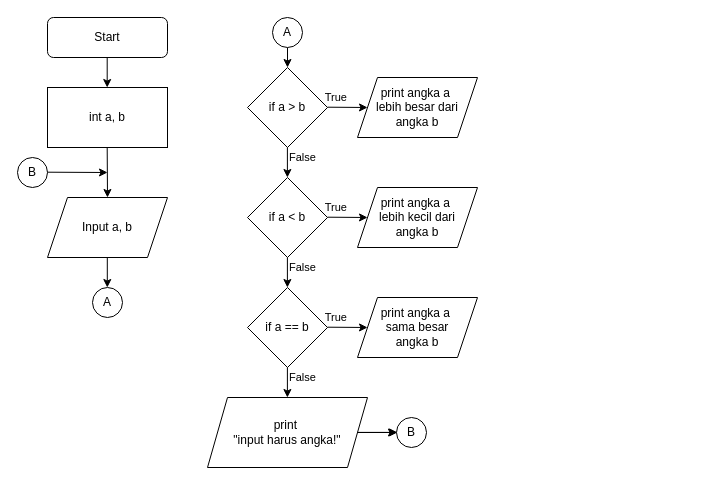
Above: Pemrograman/Flowchart/Banding 2 Bilangan.drawio in ArisHengkerPro/PENS (draw.io), before the change. Source tidied: cells renumbered, new cells numbered last; positions are measured from the earlier drawing's top-left corner, leaving out a move shared by most shapes. Both pictures are drawn from the tidied source at 100%, with x=0, y=0 at pixel (17, 17).
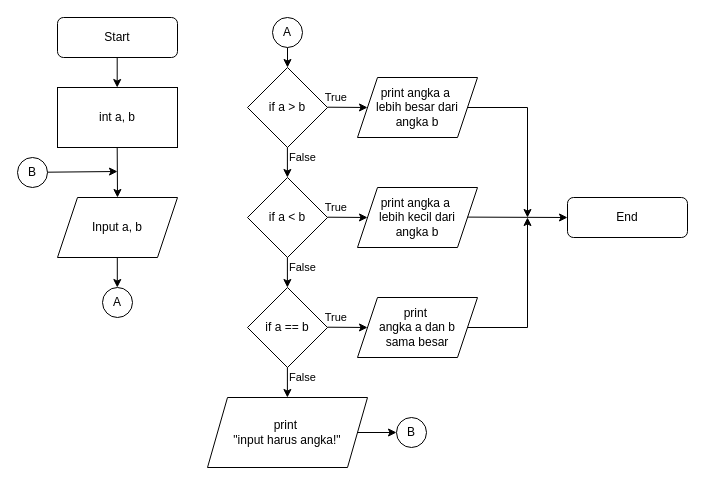
Above is the later version.

Diff of the diagram source:
```diff
@@
     <mxCell id="2" value="Start" style="rounded=1;whiteSpace=wrap;html=1;fontSize=12;glass=0;strokeWidth=1;shadow=0;" parent="1" vertex="1">
-      <mxGeometry x="30" width="120" height="40" as="geometry" />
+      <mxGeometry x="40" width="120" height="40" as="geometry" />
     </mxCell>
     <mxCell id="3" value="int a, b" style="rounded=0;whiteSpace=wrap;html=1;" parent="1" vertex="1">
-      <mxGeometry x="30" y="70" width="120" height="60" as="geometry" />
+      <mxGeometry x="40" y="70" width="120" height="60" as="geometry" />
     </mxCell>
     <mxCell id="4" style="endArrow=classic;html=1;" parent="1" edge="1">
       <mxGeometry relative="1" as="geometry">
-        <mxPoint x="89.7" y="40" as="sourcePoint" />
-        <mxPoint x="89.7" y="70" as="targetPoint" />
+        <mxPoint x="99.7" y="40" as="sourcePoint" />
+        <mxPoint x="99.7" y="70" as="targetPoint" />
       </mxGeometry>
     </mxCell>
     <mxCell id="5" value="Input a, b" style="shape=parallelogram;perimeter=parallelogramPerimeter;whiteSpace=wrap;html=1;fixedSize=1;" parent="1" vertex="1">
-      <mxGeometry x="30" y="180" width="120" height="60" as="geometry" />
+      <mxGeometry x="40" y="180" width="120" height="60" as="geometry" />
     </mxCell>
     <mxCell id="6" style="endArrow=classic;html=1;entryX=0.5;entryY=0;entryDx=0;entryDy=0;" parent="1" edge="1" target="5">
       <mxGeometry relative="1" as="geometry">
-        <mxPoint x="89.7" y="130" as="sourcePoint" />
+        <mxPoint x="99.7" y="130" as="sourcePoint" />
       </mxGeometry>
     </mxCell>
@@
     <mxCell id="8" style="endArrow=classic;html=1;" parent="1" edge="1">
       <mxGeometry relative="1" as="geometry">
-        <mxPoint x="89.8" y="240" as="sourcePoint" />
-        <mxPoint x="89.8" y="270" as="targetPoint" />
+        <mxPoint x="99.8" y="240" as="sourcePoint" />
+        <mxPoint x="99.8" y="270" as="targetPoint" />
       </mxGeometry>
     </mxCell>
@@
     <mxCell id="10" value="A" style="ellipse;whiteSpace=wrap;html=1;" parent="1" vertex="1">
-      <mxGeometry x="75" y="270" width="30" height="30" as="geometry" />
+      <mxGeometry x="85" y="270" width="30" height="30" as="geometry" />
     </mxCell>
@@
-    <mxCell id="24" value="print angka a&amp;nbsp;&lt;br&gt;sama besar&lt;br&gt;angka b" style="shape=parallelogram;perimeter=parallelogramPerimeter;whiteSpace=wrap;html=1;fixedSize=1;" parent="1" vertex="1">
+    <mxCell id="24" value="print&amp;nbsp;&lt;br&gt;angka a dan b&lt;br&gt;sama besar" style="shape=parallelogram;perimeter=parallelogramPerimeter;whiteSpace=wrap;html=1;fixedSize=1;" parent="1" vertex="1">
       <mxGeometry x="340" y="280" width="120" height="60" as="geometry" />
     </mxCell>
@@
-    <mxCell id="28" style="endArrow=classic;html=1;" parent="1" edge="1">
-      <mxGeometry relative="1" as="geometry">
-        <mxPoint x="340" y="414.9" as="sourcePoint" />
-        <mxPoint x="380" y="414.9" as="targetPoint" />
-      </mxGeometry>
-    </mxCell>
@@
     <mxCell id="31" style="endArrow=classic;html=1;" parent="1" edge="1">
       <mxGeometry relative="1" as="geometry">
         <mxPoint x="30" y="154.7" as="sourcePoint" />
-        <mxPoint x="90" y="155" as="targetPoint" />
+        <mxPoint x="100" y="154" as="targetPoint" />
       </mxGeometry>
     </mxCell>
+    <mxCell id="32" value="End" style="rounded=1;whiteSpace=wrap;html=1;fontSize=12;glass=0;strokeWidth=1;shadow=0;" parent="1" vertex="1">
+      <mxGeometry x="550" y="180" width="120" height="40" as="geometry" />
+    </mxCell>
+    <mxCell id="33" style="endArrow=classic;html=1;entryX=0;entryY=0.5;entryDx=0;entryDy=0;" parent="1" edge="1" target="32">
+      <mxGeometry relative="1" as="geometry">
+        <mxPoint x="450" y="199.6" as="sourcePoint" />
+      </mxGeometry>
+    </mxCell>
+    <mxCell id="34" style="endArrow=none;html=1;" parent="1" edge="1">
+      <mxGeometry relative="1" as="geometry">
+        <mxPoint x="450" y="310" as="sourcePoint" />
+        <mxPoint x="510" y="310" as="targetPoint" />
+      </mxGeometry>
+    </mxCell>
+    <mxCell id="35" style="endArrow=classic;html=1;" parent="1" edge="1">
+      <mxGeometry relative="1" as="geometry">
+        <mxPoint x="510" y="310" as="sourcePoint" />
+        <mxPoint x="510" y="200" as="targetPoint" />
+      </mxGeometry>
+    </mxCell>
+    <mxCell id="36" style="endArrow=none;html=1;" parent="1" edge="1">
+      <mxGeometry relative="1" as="geometry">
+        <mxPoint x="450" y="90" as="sourcePoint" />
+        <mxPoint x="510" y="90" as="targetPoint" />
+      </mxGeometry>
+    </mxCell>
+    <mxCell id="37" style="endArrow=classic;html=1;" parent="1" edge="1">
+      <mxGeometry relative="1" as="geometry">
+        <mxPoint x="510" y="90" as="sourcePoint" />
+        <mxPoint x="510" y="200" as="targetPoint" />
+      </mxGeometry>
+    </mxCell>
```
